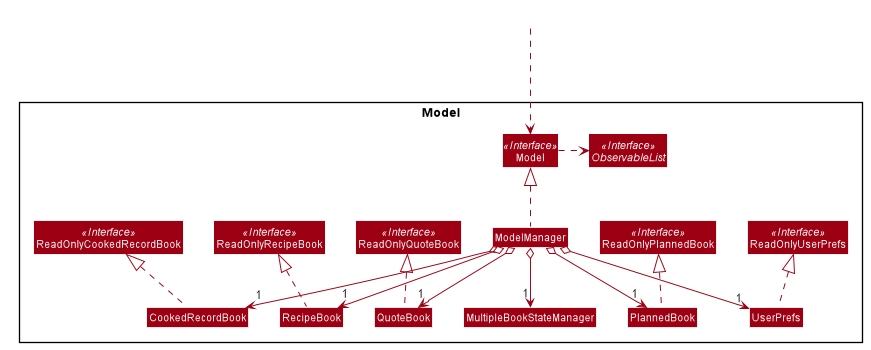
Earlier version of the PlantUML export docs/images/ModelClassDiagram.png (nus-cs2103-AY1920S2/addressbook-level3).
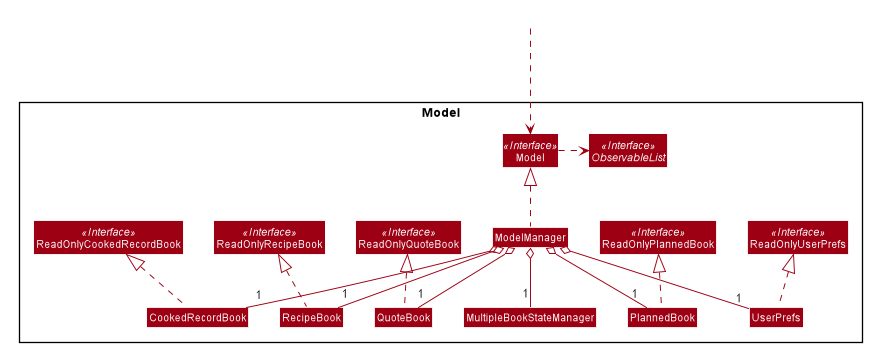
After the commit.

The edit, as a diff of the source:
```diff
@@ -87,12 +87,12 @@
 
 ModelManager .up.|> Model
 Model .right.> ObservableList
-ModelManager o--> "1" UserPrefs
-ModelManager o--> "1" CookedRecordBook
-ModelManager o--> "1" RecipeBook
-ModelManager o--> "1" QuoteBook
-ModelManager o--> "1" PlannedBook
-ModelManager o--> "1" MultipleBookStateManager
+ModelManager o-- "1" UserPrefs
+ModelManager o-- "1" CookedRecordBook
+ModelManager o-- "1" RecipeBook
+ModelManager o-- "1" QuoteBook
+ModelManager o-- "1" PlannedBook
+ModelManager o-- "1" MultipleBookStateManager
 UserPrefs .up.|> ReadOnlyUserPrefs
 
 CookedRecordBook -[hidden]right-> RecipeBook
```
